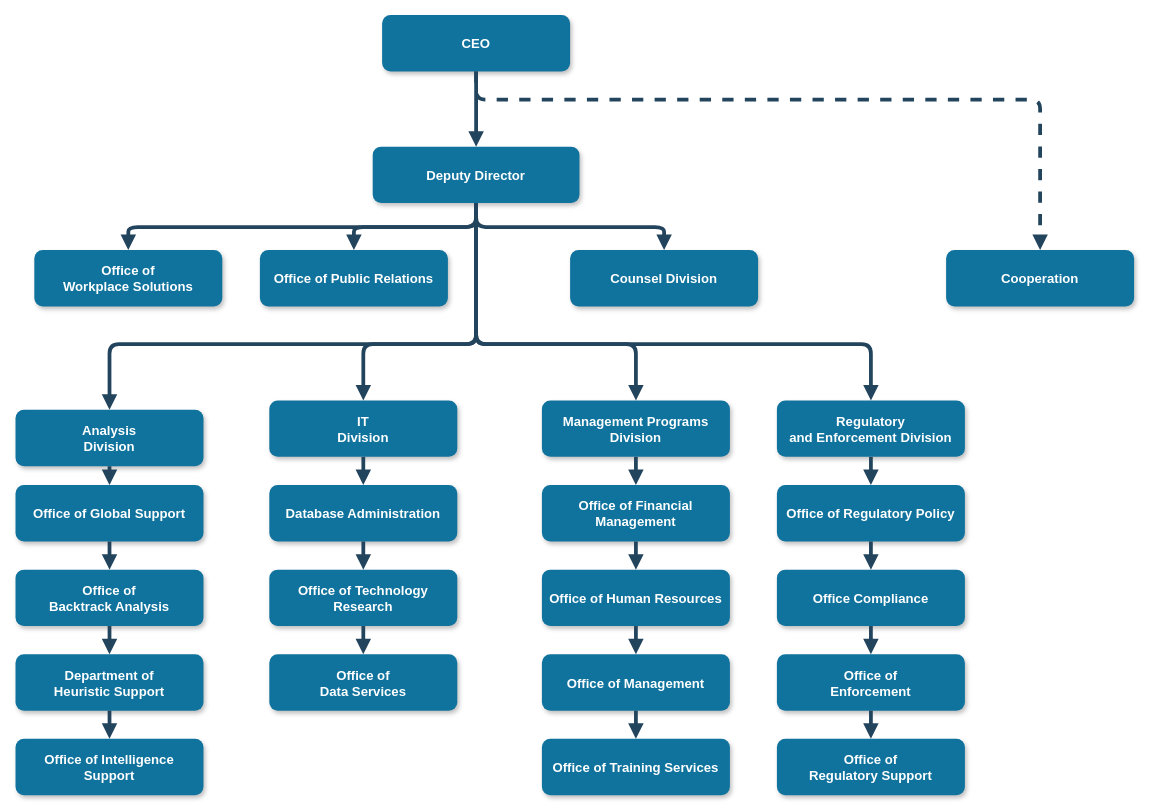
lvxiansen/drawio keeps this draw.io diagram as 拓扑编辑图.drawio. Above is the earlier version. Source tidied: cells renumbered, new cells numbered last; positions are measured from the earlier drawing's top-left corner, leaving out a move shared by most shapes. Both pictures are drawn from the tidied source at 94%, with x=0, y=0 at pixel (15, 15).
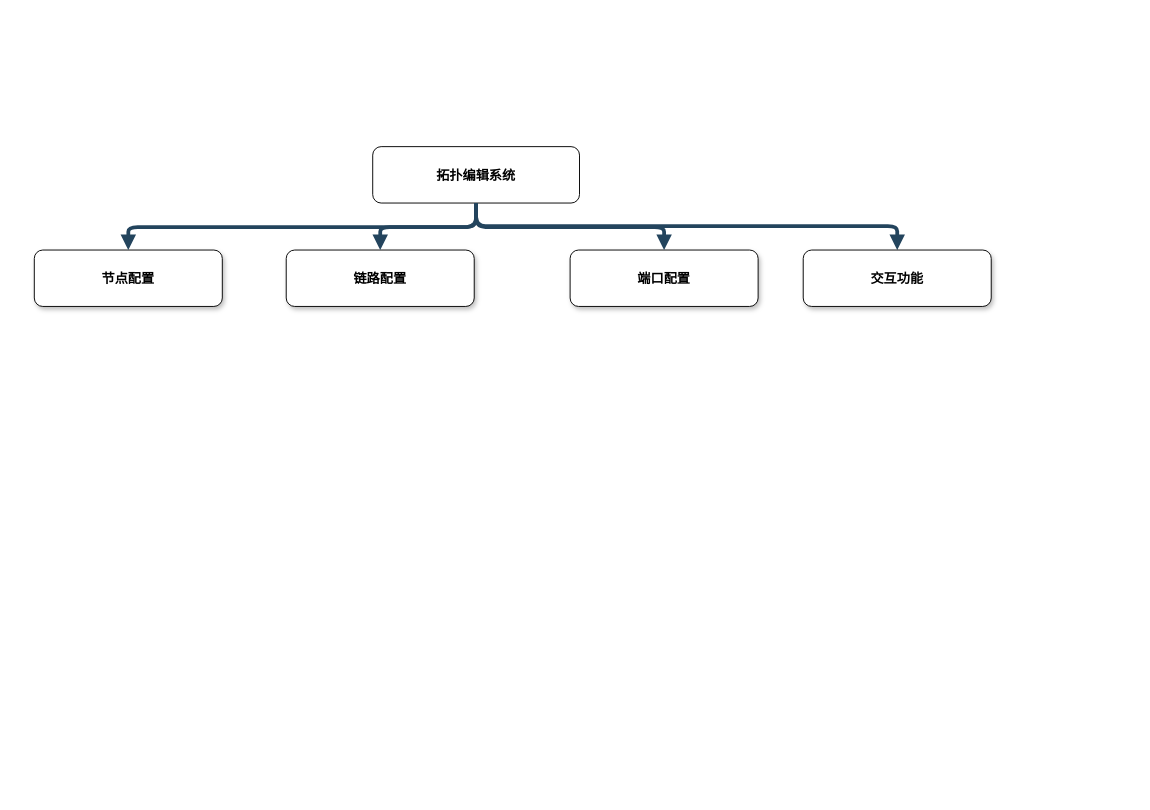
The same diagram, later.

Commit message:
更新拓扑编辑图.drawio

Diff of the diagram source:
```diff
@@
-    <mxCell id="2" value="CEO" style="rounded=1;fillColor=#10739E;strokeColor=none;shadow=1;gradientColor=none;fontStyle=1;fontColor=#FFFFFF;fontSize=14;" parent="1" vertex="1">
-      <mxGeometry x="390" y="-0.5" width="200" height="60" as="geometry" />
-    </mxCell>
-    <mxCell id="3" value="Deputy Director" style="rounded=1;fillColor=#10739E;strokeColor=none;shadow=1;gradientColor=none;fontStyle=1;fontColor=#FFFFFF;fontSize=14;" parent="1" vertex="1">
+    <mxCell id="3" value="拓扑编辑系统" style="rounded=1;shadow=0;fontStyle=1;fontSize=14;" parent="1" vertex="1">
       <mxGeometry x="380" y="139.5" width="220" height="60" as="geometry" />
     </mxCell>
-    <mxCell id="4" value="Office of &#10;Workplace Solutions" style="rounded=1;fillColor=#10739E;strokeColor=none;shadow=1;gradientColor=none;fontStyle=1;fontColor=#FFFFFF;fontSize=14;" parent="1" vertex="1">
+    <mxCell id="4" value="节点配置" style="rounded=1;shadow=1;fontStyle=1;fontSize=14;" parent="1" vertex="1">
       <mxGeometry x="20" y="249.5" width="200" height="60" as="geometry" />
     </mxCell>
-    <mxCell id="5" value="Office of Public Relations" style="rounded=1;fillColor=#10739E;strokeColor=none;shadow=1;gradientColor=none;fontStyle=1;fontColor=#FFFFFF;fontSize=14;" parent="1" vertex="1">
-      <mxGeometry x="260" y="249.5" width="200" height="60" as="geometry" />
+    <mxCell id="5" value="链路配置" style="rounded=1;shadow=1;fontStyle=1;fontSize=14;" parent="1" vertex="1">
+      <mxGeometry x="288" y="249.5" width="200" height="60" as="geometry" />
     </mxCell>
-    <mxCell id="6" value="Counsel Division" style="rounded=1;fillColor=#10739E;strokeColor=none;shadow=1;gradientColor=none;fontStyle=1;fontColor=#FFFFFF;fontSize=14;" parent="1" vertex="1">
+    <mxCell id="6" value="端口配置" style="rounded=1;shadow=1;fontStyle=1;fontSize=14;" parent="1" vertex="1">
       <mxGeometry x="590" y="249.5" width="200" height="60" as="geometry" />
     </mxCell>
-    <mxCell id="7" value="Cooperation" style="rounded=1;fillColor=#10739E;strokeColor=none;shadow=1;gradientColor=none;fontStyle=1;fontColor=#FFFFFF;fontSize=14;" parent="1" vertex="1">
-      <mxGeometry x="990" y="249.5" width="200" height="60" as="geometry" />
-    </mxCell>
-    <mxCell id="8" value="Analysis &#10;Division" style="rounded=1;fillColor=#10739E;strokeColor=none;shadow=1;gradientColor=none;fontStyle=1;fontColor=#FFFFFF;fontSize=14;" parent="1" vertex="1">
-      <mxGeometry y="419.5" width="200" height="60" as="geometry" />
-    </mxCell>
-    <mxCell id="9" value="Office of Global Support" style="rounded=1;fillColor=#10739E;strokeColor=none;shadow=1;gradientColor=none;fontStyle=1;fontColor=#FFFFFF;fontSize=14;" parent="1" vertex="1">
-      <mxGeometry y="499.5" width="200" height="60" as="geometry" />
-    </mxCell>
-    <mxCell id="10" value="Office of &#10;Backtrack Analysis" style="rounded=1;fillColor=#10739E;strokeColor=none;shadow=1;gradientColor=none;fontStyle=1;fontColor=#FFFFFF;fontSize=14;" parent="1" vertex="1">
-      <mxGeometry y="589.5" width="200" height="60" as="geometry" />
-    </mxCell>
-    <mxCell id="11" value="Department of &#10;Heuristic Support" style="rounded=1;fillColor=#10739E;strokeColor=none;shadow=1;gradientColor=none;fontStyle=1;fontColor=#FFFFFF;fontSize=14;" parent="1" vertex="1">
-      <mxGeometry y="679.5" width="200" height="60" as="geometry" />
-    </mxCell>
-    <mxCell id="12" value="Office of Intelligence &#10;Support" style="rounded=1;fillColor=#10739E;strokeColor=none;shadow=1;gradientColor=none;fontStyle=1;fontColor=#FFFFFF;fontSize=14;" parent="1" vertex="1">
-      <mxGeometry y="769.5" width="200" height="60" as="geometry" />
-    </mxCell>
-    <mxCell id="13" value="IT&#10;Division" style="rounded=1;fillColor=#10739E;strokeColor=none;shadow=1;gradientColor=none;fontStyle=1;fontColor=#FFFFFF;fontSize=14;" parent="1" vertex="1">
-      <mxGeometry x="270" y="409.5" width="200" height="60" as="geometry" />
-    </mxCell>
-    <mxCell id="14" value="Database Administration" style="rounded=1;fillColor=#10739E;strokeColor=none;shadow=1;gradientColor=none;fontStyle=1;fontColor=#FFFFFF;fontSize=14;" parent="1" vertex="1">
-      <mxGeometry x="270" y="499.5" width="200" height="60" as="geometry" />
-    </mxCell>
-    <mxCell id="15" value="Office of Technology &#10;Research" style="rounded=1;fillColor=#10739E;strokeColor=none;shadow=1;gradientColor=none;fontStyle=1;fontColor=#FFFFFF;fontSize=14;" parent="1" vertex="1">
-      <mxGeometry x="270" y="589.5" width="200" height="60" as="geometry" />
-    </mxCell>
-    <mxCell id="16" value="Office of&#10;Data Services" style="rounded=1;fillColor=#10739E;strokeColor=none;shadow=1;gradientColor=none;fontStyle=1;fontColor=#FFFFFF;fontSize=14;" parent="1" vertex="1">
-      <mxGeometry x="270" y="679.5" width="200" height="60" as="geometry" />
-    </mxCell>
-    <mxCell id="17" value="Management Programs &#10;Division" style="rounded=1;fillColor=#10739E;strokeColor=none;shadow=1;gradientColor=none;fontStyle=1;fontColor=#FFFFFF;fontSize=14;" parent="1" vertex="1">
-      <mxGeometry x="560" y="409.5" width="200" height="60" as="geometry" />
-    </mxCell>
-    <mxCell id="18" value="Office of Financial &#10;Management" style="rounded=1;fillColor=#10739E;strokeColor=none;shadow=1;gradientColor=none;fontStyle=1;fontColor=#FFFFFF;fontSize=14;" parent="1" vertex="1">
-      <mxGeometry x="560" y="499.5" width="200" height="60" as="geometry" />
-    </mxCell>
-    <mxCell id="19" value="Office of Human Resources" style="rounded=1;fillColor=#10739E;strokeColor=none;shadow=1;gradientColor=none;fontStyle=1;fontColor=#FFFFFF;fontSize=14;" parent="1" vertex="1">
-      <mxGeometry x="560" y="589.5" width="200" height="60" as="geometry" />
-    </mxCell>
-    <mxCell id="20" value="Office of Management " style="rounded=1;fillColor=#10739E;strokeColor=none;shadow=1;gradientColor=none;fontStyle=1;fontColor=#FFFFFF;fontSize=14;" parent="1" vertex="1">
-      <mxGeometry x="560" y="679.5" width="200" height="60" as="geometry" />
-    </mxCell>
-    <mxCell id="21" value="Office of Training Services" style="rounded=1;fillColor=#10739E;strokeColor=none;shadow=1;gradientColor=none;fontStyle=1;fontColor=#FFFFFF;fontSize=14;" parent="1" vertex="1">
-      <mxGeometry x="560" y="769.5" width="200" height="60" as="geometry" />
-    </mxCell>
-    <mxCell id="22" value="Regulatory &#10;and Enforcement Division" style="rounded=1;fillColor=#10739E;strokeColor=none;shadow=1;gradientColor=none;fontStyle=1;fontColor=#FFFFFF;fontSize=14;" parent="1" vertex="1">
-      <mxGeometry x="810" y="409.5" width="200" height="60" as="geometry" />
-    </mxCell>
-    <mxCell id="23" value="Office of Regulatory Policy" style="rounded=1;fillColor=#10739E;strokeColor=none;shadow=1;gradientColor=none;fontStyle=1;fontColor=#FFFFFF;fontSize=14;" parent="1" vertex="1">
-      <mxGeometry x="810" y="499.5" width="200" height="60" as="geometry" />
-    </mxCell>
-    <mxCell id="24" value="Office Compliance" style="rounded=1;fillColor=#10739E;strokeColor=none;shadow=1;gradientColor=none;fontStyle=1;fontColor=#FFFFFF;fontSize=14;" parent="1" vertex="1">
-      <mxGeometry x="810" y="589.5" width="200" height="60" as="geometry" />
-    </mxCell>
-    <mxCell id="25" value="Office of &#10;Enforcement" style="rounded=1;fillColor=#10739E;strokeColor=none;shadow=1;gradientColor=none;fontStyle=1;fontColor=#FFFFFF;fontSize=14;" parent="1" vertex="1">
-      <mxGeometry x="810" y="679.5" width="200" height="60" as="geometry" />
-    </mxCell>
-    <mxCell id="26" value="Office of&#10; Regulatory Support" style="rounded=1;fillColor=#10739E;strokeColor=none;shadow=1;gradientColor=none;fontStyle=1;fontColor=#FFFFFF;fontSize=14;" parent="1" vertex="1">
-      <mxGeometry x="810" y="769.5" width="200" height="60" as="geometry" />
-    </mxCell>
-    <mxCell id="27" style="edgeStyle=elbowEdgeStyle;elbow=vertical;strokeWidth=4;endArrow=block;endFill=1;fontStyle=1;strokeColor=#23445D;" parent="1" edge="1" source="2" target="3">
-      <mxGeometry x="22" y="165.5" as="geometry" />
-    </mxCell>
@@
-    <mxCell id="31" style="edgeStyle=elbowEdgeStyle;elbow=vertical;strokeWidth=4;endArrow=block;endFill=1;fontStyle=1;dashed=1;strokeColor=#23445D;" parent="1" edge="1" source="2" target="7">
-      <mxGeometry x="22" y="165.5" as="geometry">
-        <Array as="points">
-          <mxPoint x="780" y="89.5" />
-        </Array>
-      </mxGeometry>
-    </mxCell>
-    <mxCell id="32" style="edgeStyle=elbowEdgeStyle;elbow=vertical;strokeWidth=4;endArrow=block;endFill=1;fontStyle=1;strokeColor=#23445D;" parent="1" edge="1" source="3" target="8">
-      <mxGeometry x="22" y="165.5" as="geometry">
-        <Array as="points">
-          <mxPoint x="270" y="349.5" />
-        </Array>
-      </mxGeometry>
-    </mxCell>
-    <mxCell id="33" style="edgeStyle=elbowEdgeStyle;elbow=vertical;strokeWidth=4;endArrow=block;endFill=1;fontStyle=1;strokeColor=#23445D;" parent="1" edge="1" source="3" target="22">
-      <mxGeometry x="22" y="165.5" as="geometry">
-        <Array as="points">
-          <mxPoint x="690" y="349.5" />
-        </Array>
-      </mxGeometry>
-    </mxCell>
-    <mxCell id="34" style="edgeStyle=elbowEdgeStyle;elbow=vertical;strokeWidth=4;endArrow=block;endFill=1;fontStyle=1;strokeColor=#23445D;" parent="1" edge="1" source="8" target="9">
-      <mxGeometry x="62" y="165.5" as="geometry" />
-    </mxCell>
-    <mxCell id="35" style="edgeStyle=elbowEdgeStyle;elbow=vertical;strokeWidth=4;endArrow=block;endFill=1;fontStyle=1;strokeColor=#23445D;" parent="1" edge="1" source="9" target="10">
-      <mxGeometry x="62" y="175.5" as="geometry" />
-    </mxCell>
-    <mxCell id="36" style="edgeStyle=elbowEdgeStyle;elbow=vertical;strokeWidth=4;endArrow=block;endFill=1;fontStyle=1;strokeColor=#23445D;" parent="1" edge="1" source="10" target="11">
-      <mxGeometry x="62" y="185.5" as="geometry" />
-    </mxCell>
-    <mxCell id="37" style="edgeStyle=elbowEdgeStyle;elbow=vertical;strokeWidth=4;endArrow=block;endFill=1;fontStyle=1;strokeColor=#23445D;" parent="1" edge="1" source="11" target="12">
-      <mxGeometry x="62" y="195.5" as="geometry" />
-    </mxCell>
-    <mxCell id="38" style="edgeStyle=elbowEdgeStyle;elbow=vertical;strokeWidth=4;endArrow=block;endFill=1;fontStyle=1;strokeColor=#23445D;" parent="1" edge="1" source="13" target="14">
-      <mxGeometry x="62" y="165.5" as="geometry" />
-    </mxCell>
-    <mxCell id="39" style="edgeStyle=elbowEdgeStyle;elbow=vertical;strokeWidth=4;endArrow=block;endFill=1;fontStyle=1;strokeColor=#23445D;" parent="1" edge="1" source="14" target="15">
-      <mxGeometry x="62" y="175.5" as="geometry" />
-    </mxCell>
-    <mxCell id="40" style="edgeStyle=elbowEdgeStyle;elbow=vertical;strokeWidth=4;endArrow=block;endFill=1;fontStyle=1;strokeColor=#23445D;" parent="1" edge="1" source="15" target="16">
-      <mxGeometry x="62" y="185.5" as="geometry" />
-    </mxCell>
-    <mxCell id="41" style="edgeStyle=elbowEdgeStyle;elbow=vertical;strokeWidth=4;endArrow=block;endFill=1;fontStyle=1;strokeColor=#23445D;" parent="1" edge="1" source="17" target="18">
-      <mxGeometry x="72" y="165.5" as="geometry" />
-    </mxCell>
-    <mxCell id="42" style="edgeStyle=elbowEdgeStyle;elbow=vertical;strokeWidth=4;endArrow=block;endFill=1;fontStyle=1;strokeColor=#23445D;" parent="1" edge="1" source="18" target="19">
-      <mxGeometry x="72" y="175.5" as="geometry" />
-    </mxCell>
-    <mxCell id="43" style="edgeStyle=elbowEdgeStyle;elbow=vertical;strokeWidth=4;endArrow=block;endFill=1;fontStyle=1;strokeColor=#23445D;" parent="1" edge="1" source="19" target="20">
-      <mxGeometry x="72" y="185.5" as="geometry" />
-    </mxCell>
-    <mxCell id="44" style="edgeStyle=elbowEdgeStyle;elbow=vertical;strokeWidth=4;endArrow=block;endFill=1;fontStyle=1;strokeColor=#23445D;" parent="1" edge="1" source="20" target="21">
-      <mxGeometry x="72" y="195.5" as="geometry" />
-    </mxCell>
-    <mxCell id="45" style="edgeStyle=elbowEdgeStyle;elbow=vertical;strokeWidth=4;endArrow=block;endFill=1;fontStyle=1;strokeColor=#23445D;" parent="1" edge="1" source="22" target="23">
-      <mxGeometry x="72" y="165.5" as="geometry" />
-    </mxCell>
-    <mxCell id="46" style="edgeStyle=elbowEdgeStyle;elbow=vertical;strokeWidth=4;endArrow=block;endFill=1;fontStyle=1;strokeColor=#23445D;" parent="1" edge="1" source="23" target="24">
-      <mxGeometry x="72" y="175.5" as="geometry" />
-    </mxCell>
-    <mxCell id="47" style="edgeStyle=elbowEdgeStyle;elbow=vertical;strokeWidth=4;endArrow=block;endFill=1;fontStyle=1;strokeColor=#23445D;" parent="1" edge="1" source="24" target="25">
-      <mxGeometry x="72" y="185.5" as="geometry" />
-    </mxCell>
-    <mxCell id="48" style="edgeStyle=elbowEdgeStyle;elbow=vertical;strokeWidth=4;endArrow=block;endFill=1;fontStyle=1;strokeColor=#23445D;" parent="1" edge="1" source="25" target="26">
-      <mxGeometry x="72" y="195.5" as="geometry" />
-    </mxCell>
-    <mxCell id="49" style="edgeStyle=elbowEdgeStyle;elbow=vertical;strokeWidth=4;endArrow=block;endFill=1;fontStyle=1;strokeColor=#23445D;" parent="1" edge="1" source="3" target="13">
-      <mxGeometry x="22" y="165.5" as="geometry">
-        <Array as="points">
-          <mxPoint x="370" y="349.5" />
-        </Array>
-      </mxGeometry>
-    </mxCell>
-    <mxCell id="50" style="edgeStyle=elbowEdgeStyle;elbow=vertical;strokeWidth=4;endArrow=block;endFill=1;fontStyle=1;strokeColor=#23445D;" parent="1" edge="1" source="3" target="17">
-      <mxGeometry x="22" y="165.5" as="geometry">
-        <Array as="points">
-          <mxPoint x="660" y="349.5" />
-        </Array>
-      </mxGeometry>
-    </mxCell>
+    <mxCell id="51" style="edgeStyle=elbowEdgeStyle;elbow=vertical;strokeWidth=4;endArrow=block;endFill=1;fontStyle=1;strokeColor=#23445D;exitX=0.5;exitY=1;exitDx=0;exitDy=0;" parent="1" edge="1" source="3" target="52">
+      <mxGeometry x="510" y="270" as="geometry">
+        <Array as="points">
+          <mxPoint x="938" y="224" />
+          <mxPoint x="1028" y="224" />
+        </Array>
+      </mxGeometry>
+    </mxCell>
+    <mxCell id="52" value="交互功能" style="rounded=1;shadow=1;fontStyle=1;fontSize=14;" parent="1" vertex="1">
+      <mxGeometry x="838" y="249.5" width="200" height="60" as="geometry" />
+    </mxCell>
```
